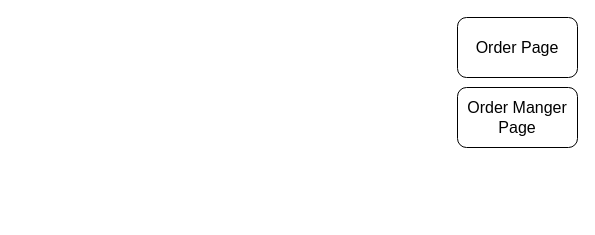
The draw.io diagram Untitled Diagram.drawio in JeffLiHK/java-tool, before the edit. Source tidied: cells renumbered, new cells numbered last; positions are measured from the earlier drawing's top-left corner, leaving out a move shared by most shapes. Both pictures are drawn from the tidied source at 100%, with x=0, y=0 at pixel (457, 17).
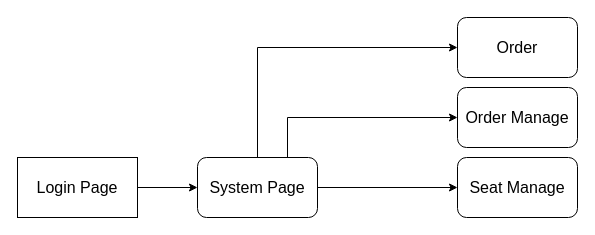
The same page after the edit.

Diff of the diagram source:
```diff
@@
 <mxGraphModel>
   <root>
     <mxCell id="0" />
     <mxCell id="1" parent="0" />
-    <mxCell id="2" value="Order Page" style="whiteSpace=wrap;html=1;rounded=1;fontSize=16;" parent="1" vertex="1">
+    <mxCell id="2" value="Order" style="whiteSpace=wrap;html=1;rounded=1;fontSize=16;" parent="1" vertex="1">
       <mxGeometry width="120" height="60" as="geometry" />
     </mxCell>
-    <mxCell id="3" value="Order Manger Page" style="whiteSpace=wrap;html=1;rounded=1;fontSize=16;" parent="1" vertex="1">
+    <mxCell id="3" value="Order Manage" style="whiteSpace=wrap;html=1;rounded=1;fontSize=16;" parent="1" vertex="1">
       <mxGeometry y="70" width="120" height="60" as="geometry" />
     </mxCell>
+    <mxCell id="4" style="edgeStyle=orthogonalEdgeStyle;rounded=0;jettySize=auto;html=1;entryX=0;entryY=0.5;entryDx=0;entryDy=0;fontSize=16;" parent="1" edge="1" source="5" target="9">
+      <mxGeometry relative="1" as="geometry" />
+    </mxCell>
+    <mxCell id="5" value="Login Page" style="rounded=0;whiteSpace=wrap;html=1;fontSize=16;" parent="1" vertex="1">
+      <mxGeometry x="-440" y="140" width="120" height="60" as="geometry" />
+    </mxCell>
+    <mxCell id="6" style="edgeStyle=orthogonalEdgeStyle;rounded=0;jettySize=auto;html=1;entryX=0;entryY=0.5;entryDx=0;entryDy=0;fontSize=16;" parent="1" edge="1" source="9" target="2">
+      <mxGeometry relative="1" as="geometry">
+        <Array as="points">
+          <mxPoint x="-200" y="30" />
+        </Array>
+      </mxGeometry>
+    </mxCell>
+    <mxCell id="7" style="edgeStyle=orthogonalEdgeStyle;rounded=0;jettySize=auto;html=1;exitX=0.75;exitY=0;exitDx=0;exitDy=0;entryX=0;entryY=0.5;entryDx=0;entryDy=0;fontSize=16;" parent="1" edge="1" source="9" target="3">
+      <mxGeometry relative="1" as="geometry">
+        <Array as="points">
+          <mxPoint x="-170" y="100" />
+        </Array>
+      </mxGeometry>
+    </mxCell>
+    <mxCell id="8" style="edgeStyle=orthogonalEdgeStyle;rounded=0;jettySize=auto;html=1;fontSize=16;" parent="1" edge="1" source="9" target="10">
+      <mxGeometry relative="1" as="geometry" />
+    </mxCell>
+    <mxCell id="9" value="System Page" style="rounded=1;whiteSpace=wrap;html=1;fontSize=16;" parent="1" vertex="1">
+      <mxGeometry x="-260" y="140" width="120" height="60" as="geometry" />
+    </mxCell>
+    <mxCell id="10" value="Seat Manage" style="whiteSpace=wrap;html=1;rounded=1;fontSize=16;" parent="1" vertex="1">
+      <mxGeometry y="140" width="120" height="60" as="geometry" />
+    </mxCell>
   </root>
 </mxGraphModel>
```
